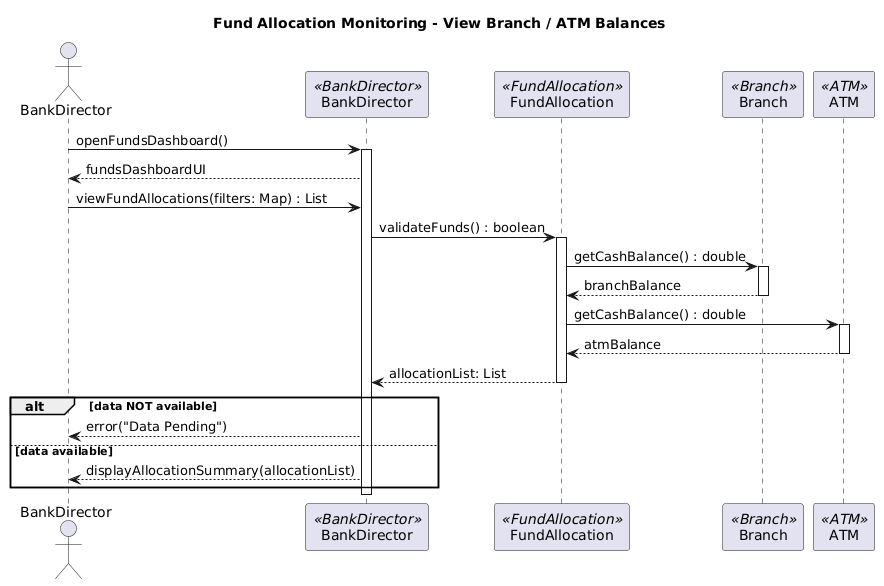
Earlier version of the PlantUML export Diagrams/Sequence Diagrams/BS_FM_01.png (erindkotobelli12/BankManagementSystem).
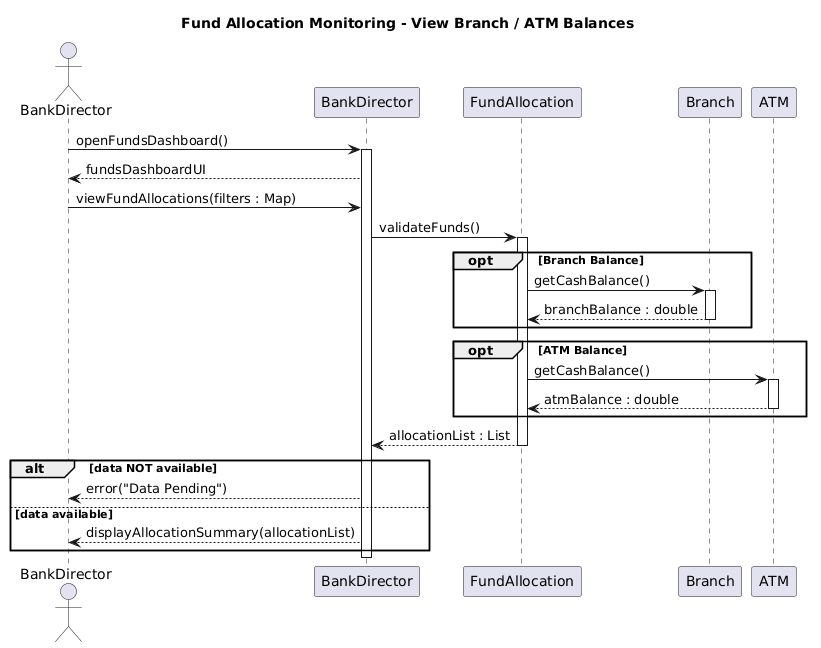
The same diagram one commit later.

What changed in the source:
```diff
@@ -2,28 +2,38 @@
 title Fund Allocation Monitoring - View Branch / ATM Balances
 
 actor "BankDirector" as Dir
-participant "BankDirector" as DC <<BankDirector>>
-participant "FundAllocation" as FA <<FundAllocation>>
-participant "Branch" as B <<Branch>>
-participant "ATM" as ATM <<ATM>>
+participant "BankDirector" as DC
+participant "FundAllocation" as FA
+participant "Branch" as B
+participant "ATM" as ATM
 
 Dir -> DC : openFundsDashboard()
 activate DC
 DC --> Dir : fundsDashboardUI
 
-Dir -> DC : viewFundAllocations(filters: Map) : List
-DC -> FA : validateFunds() : boolean
+Dir -> DC : viewFundAllocations(filters : Map)
+
+DC -> FA : validateFunds()
 activate FA
-FA -> B : getCashBalance() : double
-activate B
-B --> FA : branchBalance
-deactivate B
-FA -> ATM : getCashBalance() : double
-activate ATM
-ATM --> FA : atmBalance
-deactivate ATM
-FA --> DC : allocationList: List
+
+opt Branch Balance
+    FA -> B : getCashBalance()
+    activate B
+    B --> FA : branchBalance : double
+    deactivate B
+end
+
+opt ATM Balance
+    FA -> ATM : getCashBalance()
+    activate ATM
+    ATM --> FA : atmBalance : double
+    deactivate ATM
+end
+
+FA --> DC : allocationList : List
 deactivate FA
+
+
 
 alt data NOT available
     DC --> Dir : error("Data Pending")
```
